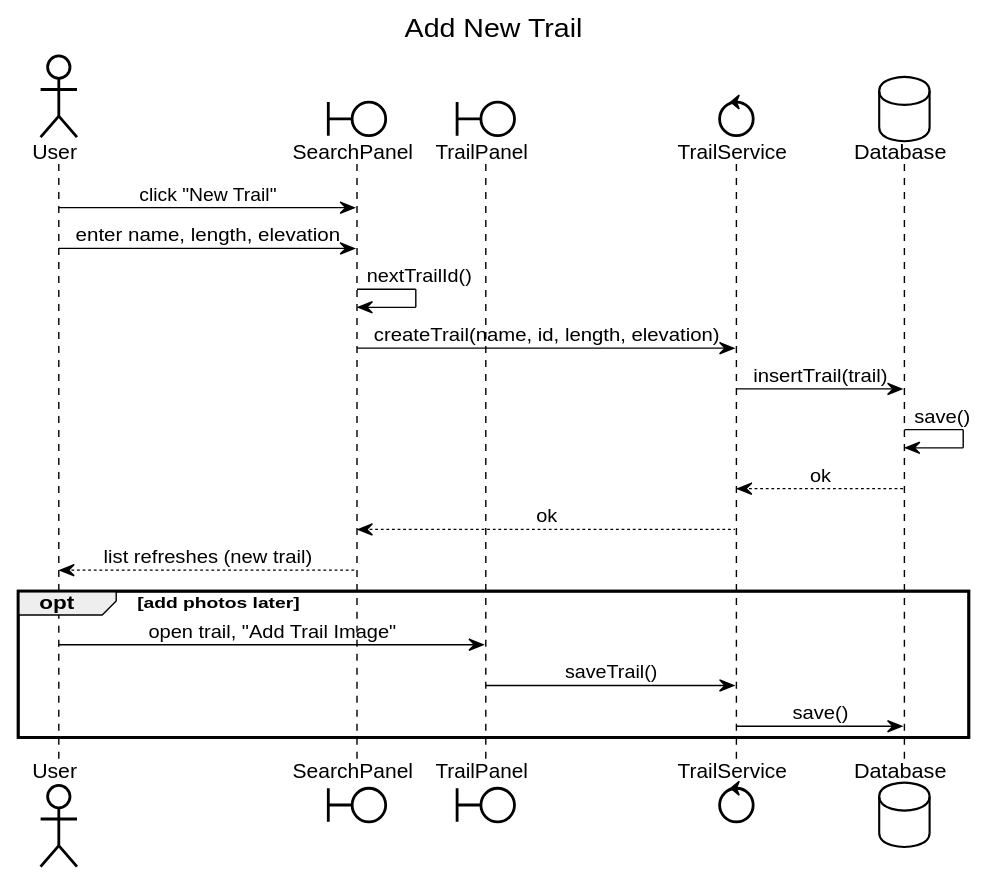
The PlantUML diagram uml-diagrams/svg/sequence/addTrail.svg in milelime/Wildlife-Explorer, before a commit.
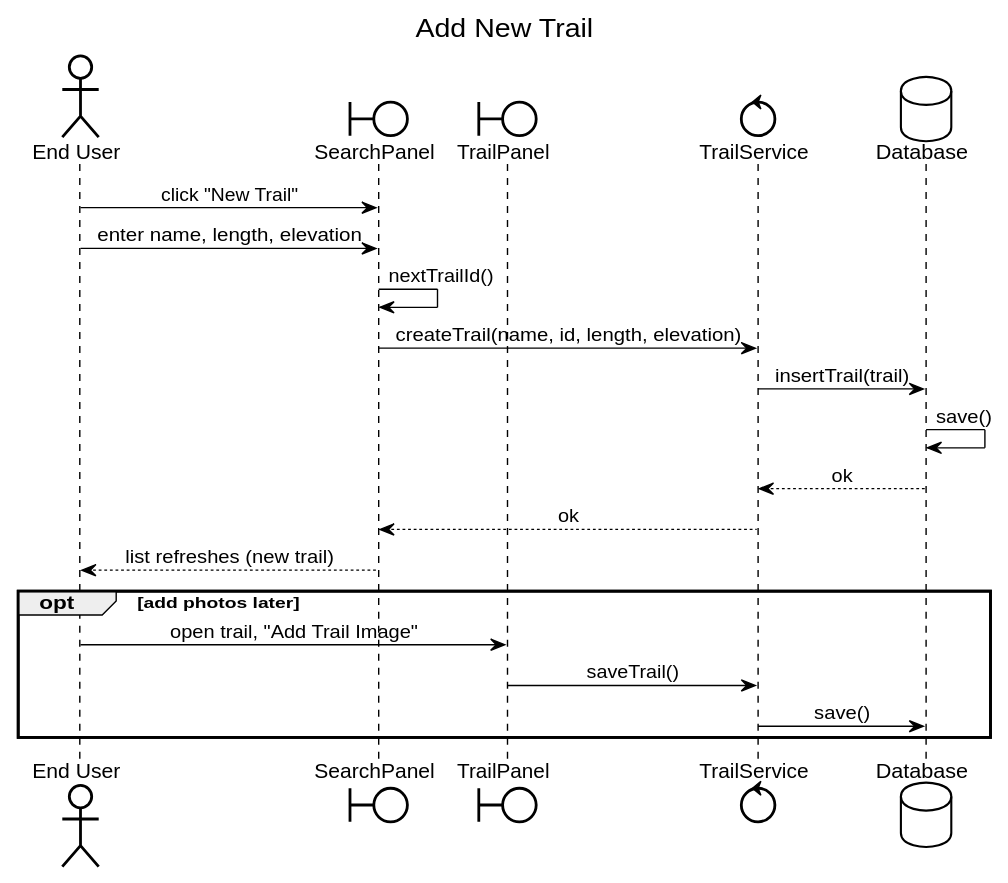
After the commit.

Change to the diagram source:
```diff
@@ -72,14 +72,14 @@
 
 title Add New Trail
 
-actor User
+actor "End User" as EU
 boundary SearchPanel
 boundary TrailPanel
 control TrailService
 database Database
 
-User -> SearchPanel : click "New Trail"
-User -> SearchPanel : enter name, length, elevation
+EU -> SearchPanel : click "New Trail"
+EU -> SearchPanel : enter name, length, elevation
 SearchPanel -> SearchPanel : nextTrailId()
 SearchPanel -> TrailService : createTrail(name, id, length, elevation)
 TrailService -> Database : insertTrail(trail)
@@ -87,10 +87,10 @@
 Database --> TrailService : ok
 TrailService --> SearchPanel : ok
 
-SearchPanel --> User : list refreshes (new trail)
+SearchPanel --> EU : list refreshes (new trail)
 
 opt add photos later
-  User -> TrailPanel : open trail, "Add Trail Image"
+  EU -> TrailPanel : open trail, "Add Trail Image"
   TrailPanel -> TrailService : saveTrail()
   TrailService -> Database : save()
 end
```
